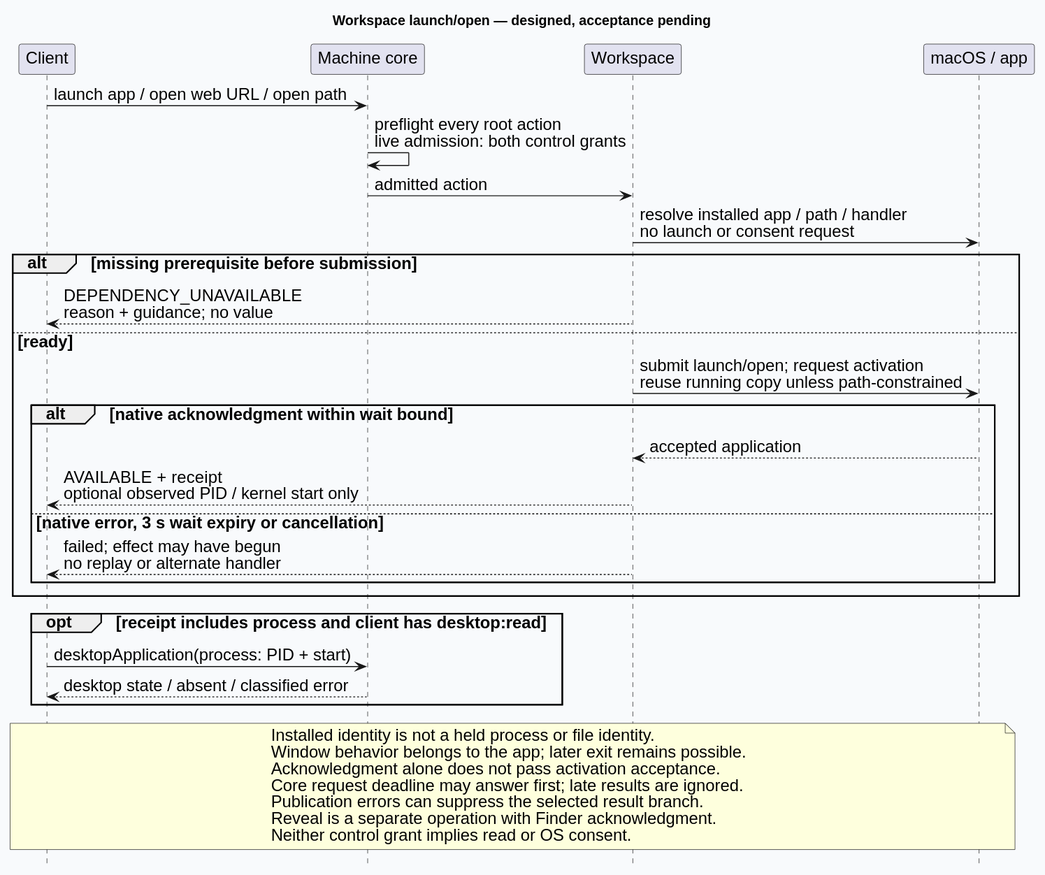
Before: docs/design/architecture/workspace-open.svg, a diagram exported from PlantUML (Linkuistics/Koine). Its diagram source:
```plantuml
@startuml
skinparam backgroundColor #F8FAFC
skinparam defaultFontName Helvetica
skinparam defaultFontSize 17
skinparam shadowing false
hide footbox
title Workspace launch/open — designed, acceptance pending
participant Client
participant "Machine core" as Core
participant Workspace
participant "macOS / app" as Native
Client -> Core: launch app / open web URL / open path
Core -> Core: preflight every root action\nlive admission: both control grants
Core -> Workspace: admitted action
Workspace -> Native: resolve installed app / path / handler\nno launch or consent request
alt missing prerequisite before submission
  Workspace --> Client: DEPENDENCY_UNAVAILABLE\nreason + guidance; no value
else ready
  Workspace -> Native: submit launch/open; request activation\nreuse running copy unless path-constrained
  alt native acknowledgment within wait bound
    Native --> Workspace: accepted application
    Workspace --> Client: AVAILABLE + receipt\noptional observed PID / kernel start only
  else native error, 3 s wait expiry or cancellation
    Workspace --> Client: failed; effect may have begun\nno replay or alternate handler
  end
end
opt receipt includes process and client has desktop:read
  Client -> Core: desktopApplication(process: PID + start)
  Core --> Client: desktop state / absent / classified error
end
note over Client,Native
Installed identity is not a held process or file identity.
Window behavior belongs to the app; later exit remains possible.
Acknowledgment alone does not pass activation acceptance.
Core request deadline may answer first; late results are ignored.
Publication errors can suppress the selected result branch.
Reveal is a separate operation with Finder acknowledgment.
Neither control grant implies read or OS consent.
end note
@enduml
```
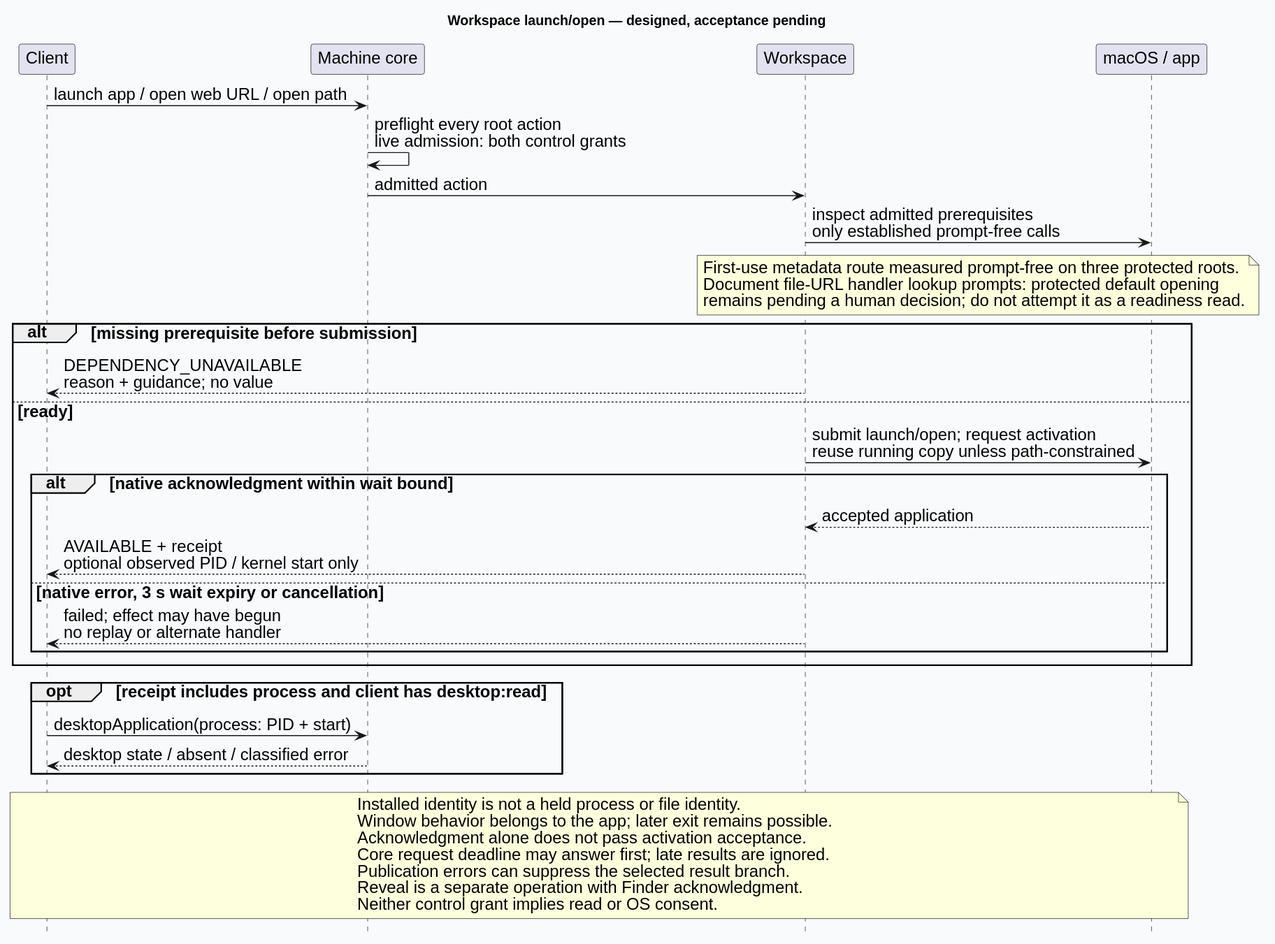
Above is the later version.

What changed in the source:
```diff
@@ -12,7 +12,12 @@
 Client -> Core: launch app / open web URL / open path
 Core -> Core: preflight every root action\nlive admission: both control grants
 Core -> Workspace: admitted action
-Workspace -> Native: resolve installed app / path / handler\nno launch or consent request
+Workspace -> Native: inspect admitted prerequisites\nonly established prompt-free calls
+note over Workspace,Native
+First-use metadata route measured prompt-free on three protected roots.
+Document file-URL handler lookup prompts: protected default opening
+remains pending a human decision; do not attempt it as a readiness read.
+end note
 alt missing prerequisite before submission
   Workspace --> Client: DEPENDENCY_UNAVAILABLE\nreason + guidance; no value
 else ready
```
